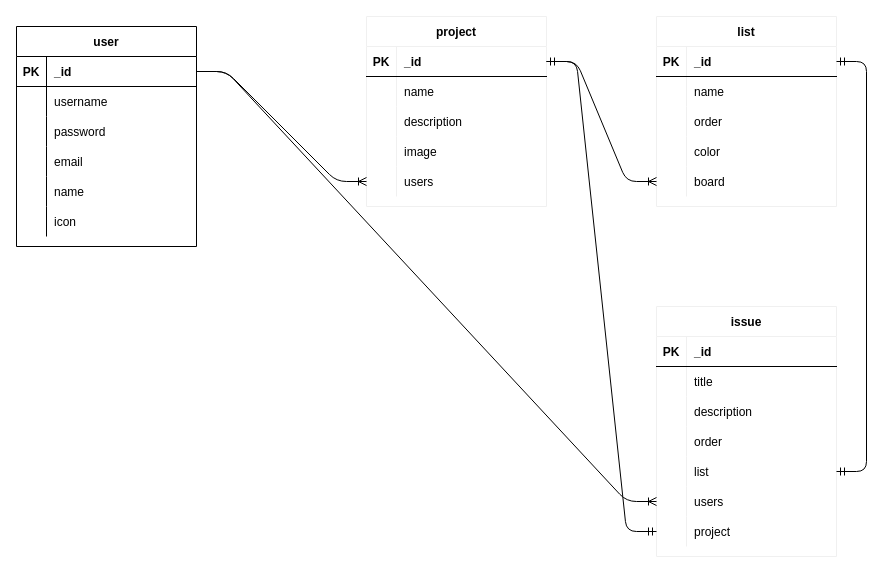
The draw.io diagram backend/database.drawio in Victin09/vira-project-manager, before the edit. Source tidied: cells renumbered, new cells numbered last; positions are measured from the earlier drawing's top-left corner, leaving out a move shared by most shapes. Both pictures are drawn from the tidied source at 100%, with x=0, y=0 at pixel (16, 16).
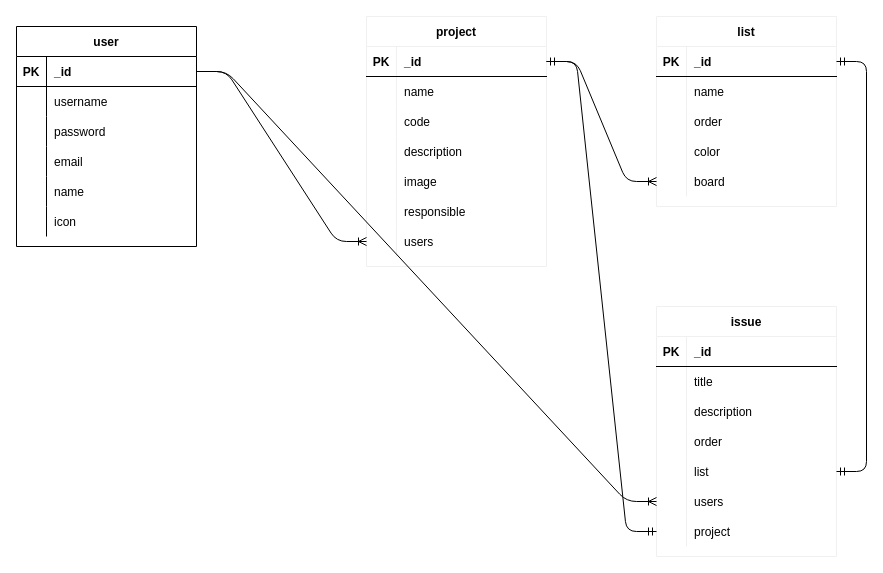
Above is the later version.

The edit, as a diff of the source:
```diff
@@
     <mxCell id="21" value="project" style="shape=table;startSize=30;childLayout=tableLayout;rowLines=0;fontStyle=1;align=center;strokeColor=#f0f0f0;" parent="1" vertex="1">
-      <mxGeometry x="350" width="180" height="190" as="geometry" />
+      <mxGeometry x="350" width="180" height="250" as="geometry" />
     </mxCell>
@@
+    <mxCell id="80" style="shape=partialRectangle;fillColor=none;top=0;left=0;bottom=0;right=0;" parent="21" vertex="1">
+      <mxGeometry y="60" width="180" height="30" as="geometry" />
+    </mxCell>
+    <mxCell id="81" style="shape=partialRectangle;fillColor=none;top=0;left=0;bottom=0;right=0;overflow=hidden;" parent="80" vertex="1">
+      <mxGeometry width="30" height="30" as="geometry" />
+    </mxCell>
+    <mxCell id="82" value="name" style="shape=partialRectangle;fillColor=none;top=0;left=0;bottom=0;right=0;align=left;spacingLeft=6;overflow=hidden;" parent="80" vertex="1">
+      <mxGeometry x="30" width="150" height="30" as="geometry" />
+    </mxCell>
     <mxCell id="25" style="shape=partialRectangle;fillColor=none;top=0;left=0;bottom=0;right=0;" parent="21" vertex="1">
-      <mxGeometry y="60" width="180" height="30" as="geometry" />
+      <mxGeometry y="90" width="180" height="30" as="geometry" />
     </mxCell>
@@
-    <mxCell id="27" value="name" style="shape=partialRectangle;fillColor=none;top=0;left=0;bottom=0;right=0;align=left;spacingLeft=6;overflow=hidden;" parent="25" vertex="1">
+    <mxCell id="27" value="code" style="shape=partialRectangle;fillColor=none;top=0;left=0;bottom=0;right=0;align=left;spacingLeft=6;overflow=hidden;" parent="25" vertex="1">
       <mxGeometry x="30" width="150" height="30" as="geometry" />
     </mxCell>
     <mxCell id="28" style="shape=partialRectangle;fillColor=none;top=0;left=0;bottom=0;right=0;" parent="21" vertex="1">
-      <mxGeometry y="90" width="180" height="30" as="geometry" />
+      <mxGeometry y="120" width="180" height="30" as="geometry" />
     </mxCell>
@@
     <mxCell id="31" style="shape=partialRectangle;fillColor=none;top=0;left=0;bottom=0;right=0;" parent="21" vertex="1">
-      <mxGeometry y="120" width="180" height="30" as="geometry" />
+      <mxGeometry y="150" width="180" height="30" as="geometry" />
     </mxCell>
@@
+    <mxCell id="83" style="shape=partialRectangle;fillColor=none;top=0;left=0;bottom=0;right=0;" parent="21" vertex="1">
+      <mxGeometry y="180" width="180" height="30" as="geometry" />
+    </mxCell>
+    <mxCell id="84" style="shape=partialRectangle;fillColor=none;top=0;left=0;bottom=0;right=0;overflow=hidden;" parent="83" vertex="1">
+      <mxGeometry width="30" height="30" as="geometry" />
+    </mxCell>
+    <mxCell id="85" value="responsible" style="shape=partialRectangle;fillColor=none;top=0;left=0;bottom=0;right=0;align=left;spacingLeft=6;overflow=hidden;" parent="83" vertex="1">
+      <mxGeometry x="30" width="150" height="30" as="geometry" />
+    </mxCell>
     <mxCell id="34" style="shape=partialRectangle;fillColor=none;top=0;left=0;bottom=0;right=0;points=[[0,0.5],[1,0.5]];portConstraint=eastwest;" parent="21" vertex="1">
-      <mxGeometry y="150" width="180" height="30" as="geometry" />
+      <mxGeometry y="210" width="180" height="30" as="geometry" />
     </mxCell>
```
